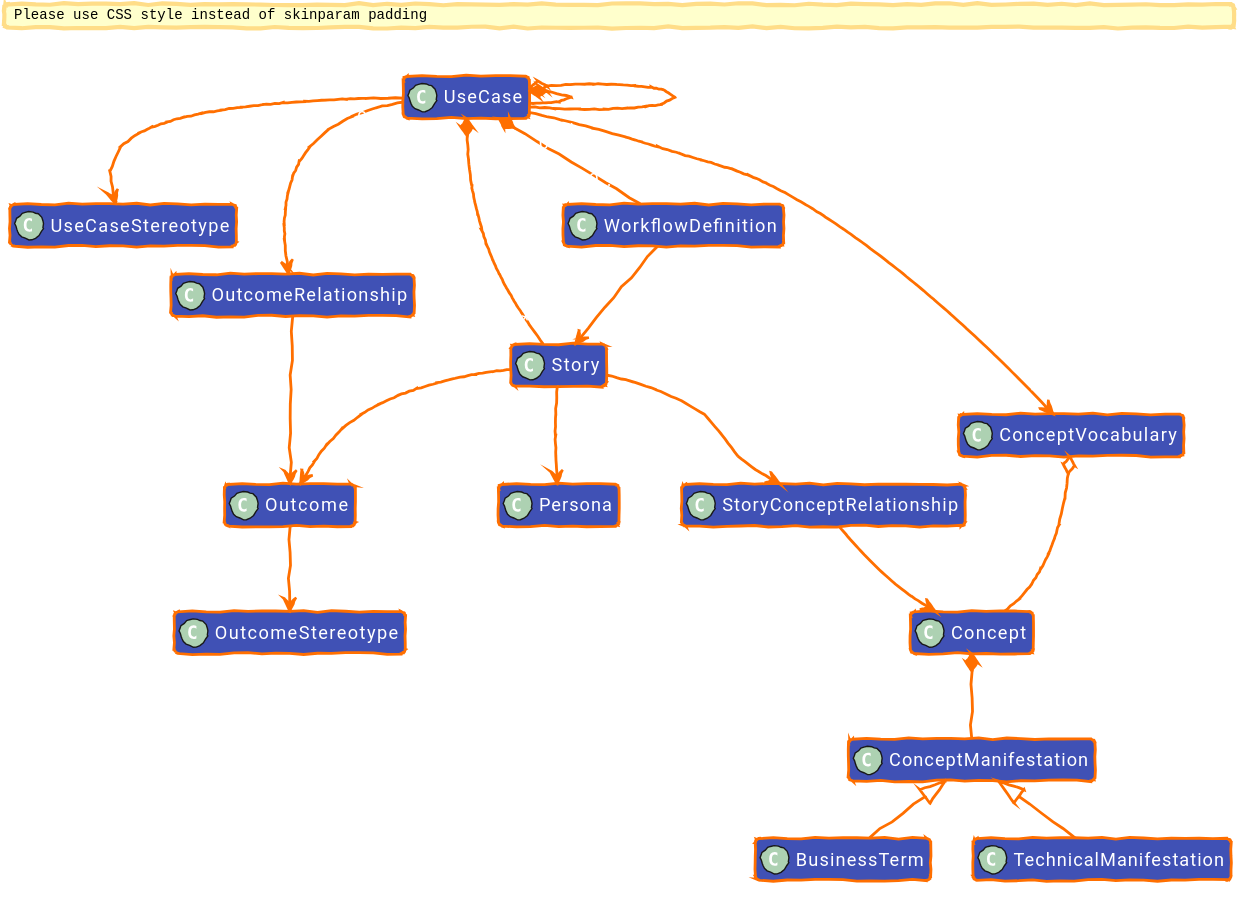
The PlantUML diagram diagrams/out/uctm-partial-class-diagram_dark.svg in EKGF/ekg-method, before a commit.
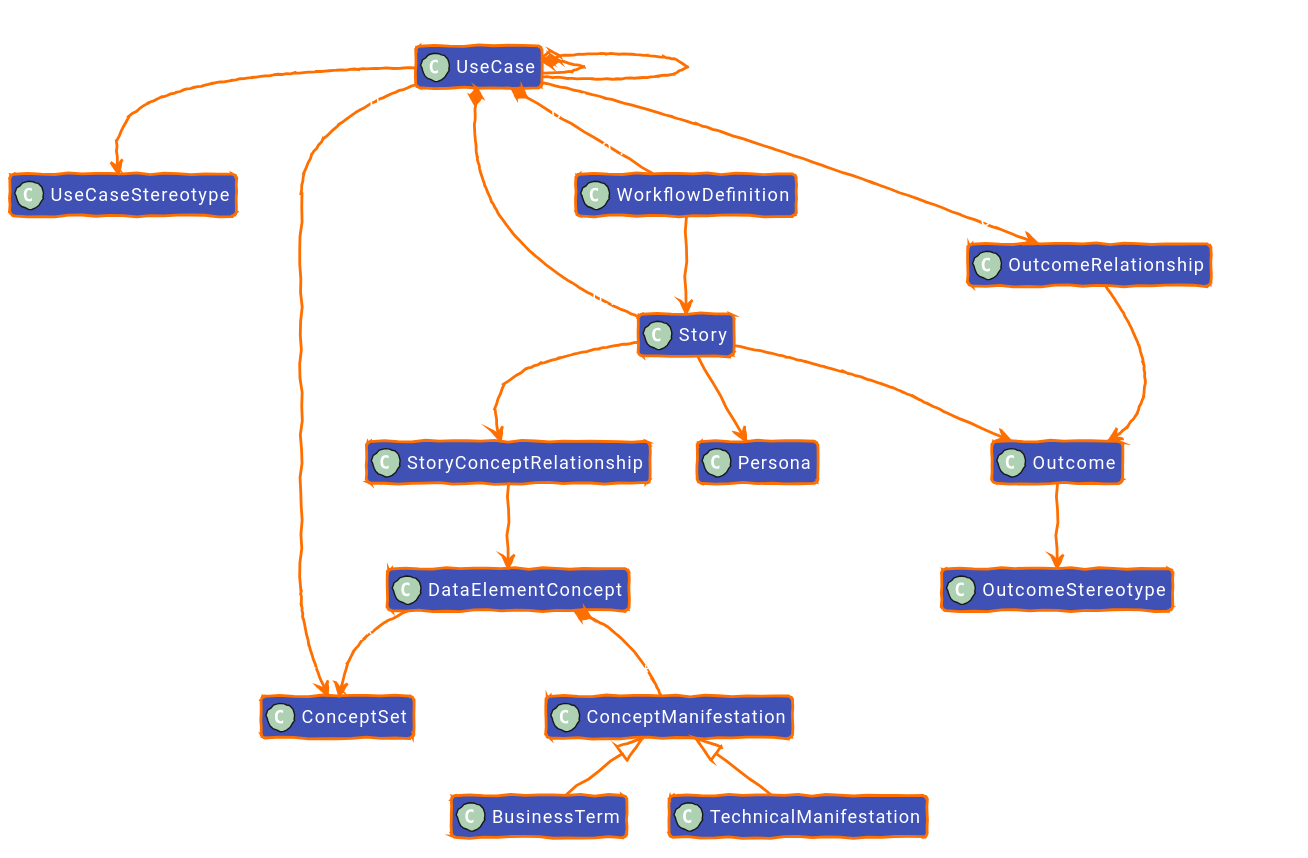
Above is the later version.

Diff of the diagram source:
```diff
@@ -76,8 +76,8 @@
 class "Outcome" as Outcome [[/concept/outcome/#ontology]]
 class "OutcomeStereotype" as OutcomeStereotype [[/concept/outcome/outcome-stereotype/#ontology]]
 class "OutcomeRelationship" as OutcomeRelationship [[/concept/outcome/outcome-relationship/#ontology]]
-class "Concept" as Concept [[/concept/concept/#ontology]]
-class "ConceptVocabulary" as ConceptVocabulary [[/concept/concept/concept-vocabulary/#ontology]]
+class "DataElementConcept" as DataElementConcept [[/concept/concept/#ontology]]
+class "ConceptSet" as ConceptSet [[/concept/concept/concept-vocabulary/#ontology]]
 class "ConceptManifestation" as ConceptManifestation [[/concept/term/#ontology]]
 class "BusinessTerm" as BusinessTerm [[/concept/term/business-term/#ontology]]
 class "TechnicalManifestation" as TechnicalManifestation [[/concept/term/technical-term/#ontology]]
@@ -88,7 +88,7 @@
 UseCase "1" *-- "0..*" WorkflowDefinition : owns
 UseCase "0..1" *-- "0..*" UseCase : is-part-of
 UseCase "0..*" o-- "0..*" UseCase : is-used-in
-Concept "1" *-- "0..*" ConceptManifestation : owns
+DataElementConcept "1" *-- "0..*" ConceptManifestation : owns
 
 ConceptManifestation <|-- BusinessTerm
 ConceptManifestation <|-- TechnicalManifestation
@@ -97,12 +97,12 @@
 Outcome "0..1" --> "1" OutcomeStereotype : hasStereotype
 UseCase "0..*" --> "0..*" OutcomeRelationship : outcomeLink
 OutcomeRelationship --> Outcome : targetOutcome
-UseCase "0..*" --> "0..*" ConceptVocabulary : references/owns
-ConceptVocabulary "1" o-- "0..*" Concept : contains
+UseCase "0..*" --> "0..*" ConceptSet : references/owns
+DataElementConcept "0..*" --> "0..*" ConceptSet : ekg-concept:inConceptSet
 
 Story --> Persona : story:playedBy
 Story --> Outcome : story:contributesTo
 Story --> StoryConceptRelationship : story:relatedConcept
-StoryConceptRelationship --> Concept: story:concept
+StoryConceptRelationship --> DataElementConcept: story:concept
 WorkflowDefinition --> Story : workflow:firstStep
 @enduml
```
